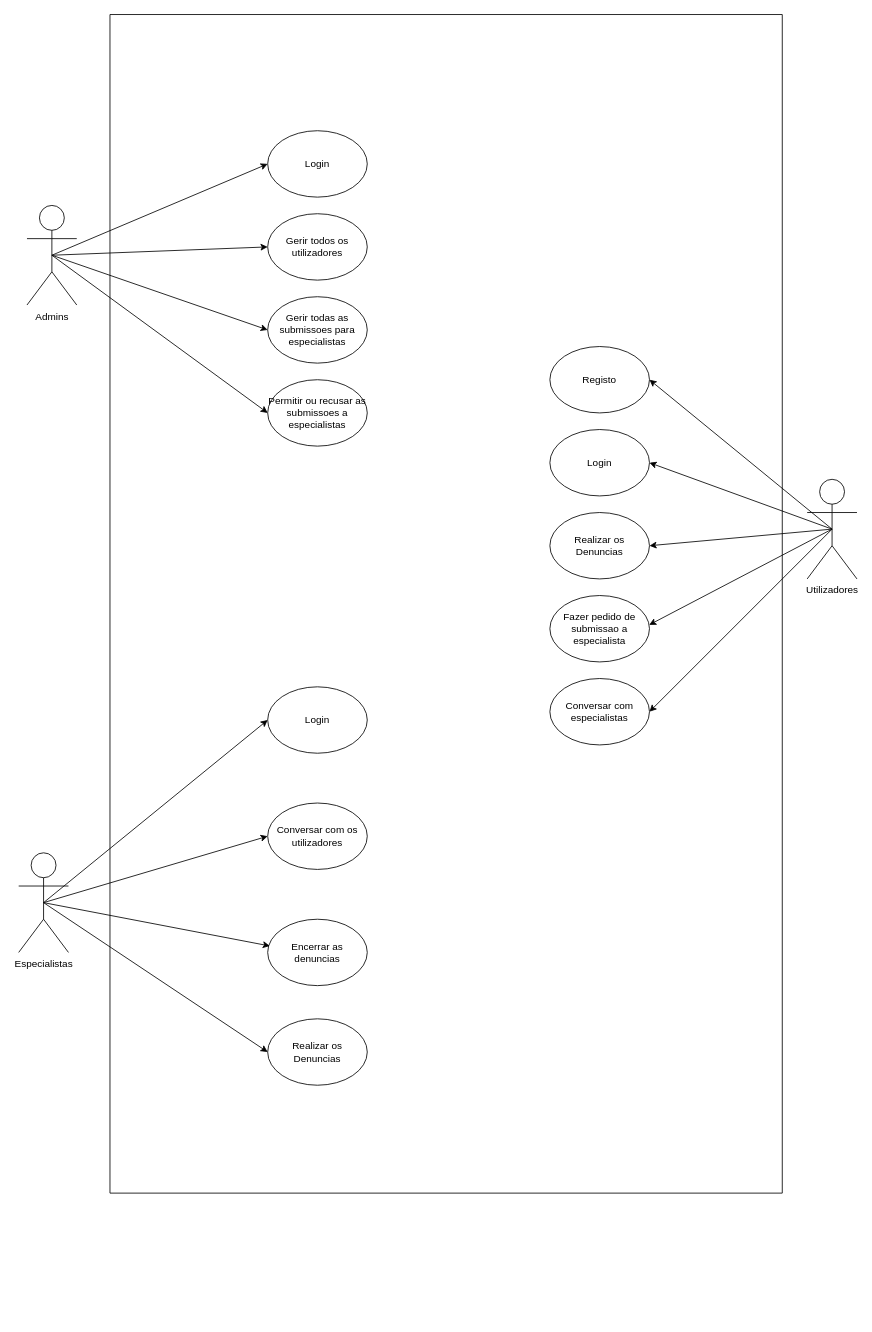
Above: page "Casos de Uso" (1 of 2) of Drawio/Casos_de_Uso.drawio in henriqueolivgp/Plataforma-De-Denuncias-De-Ciberataques (draw.io), before the change. Source tidied: cells renumbered, new cells numbered last; positions are measured from the earlier drawing's top-left corner, leaving out a move shared by most shapes. Both pictures are drawn from the tidied source at 83%, with x=0, y=0 at pixel (18, 14).
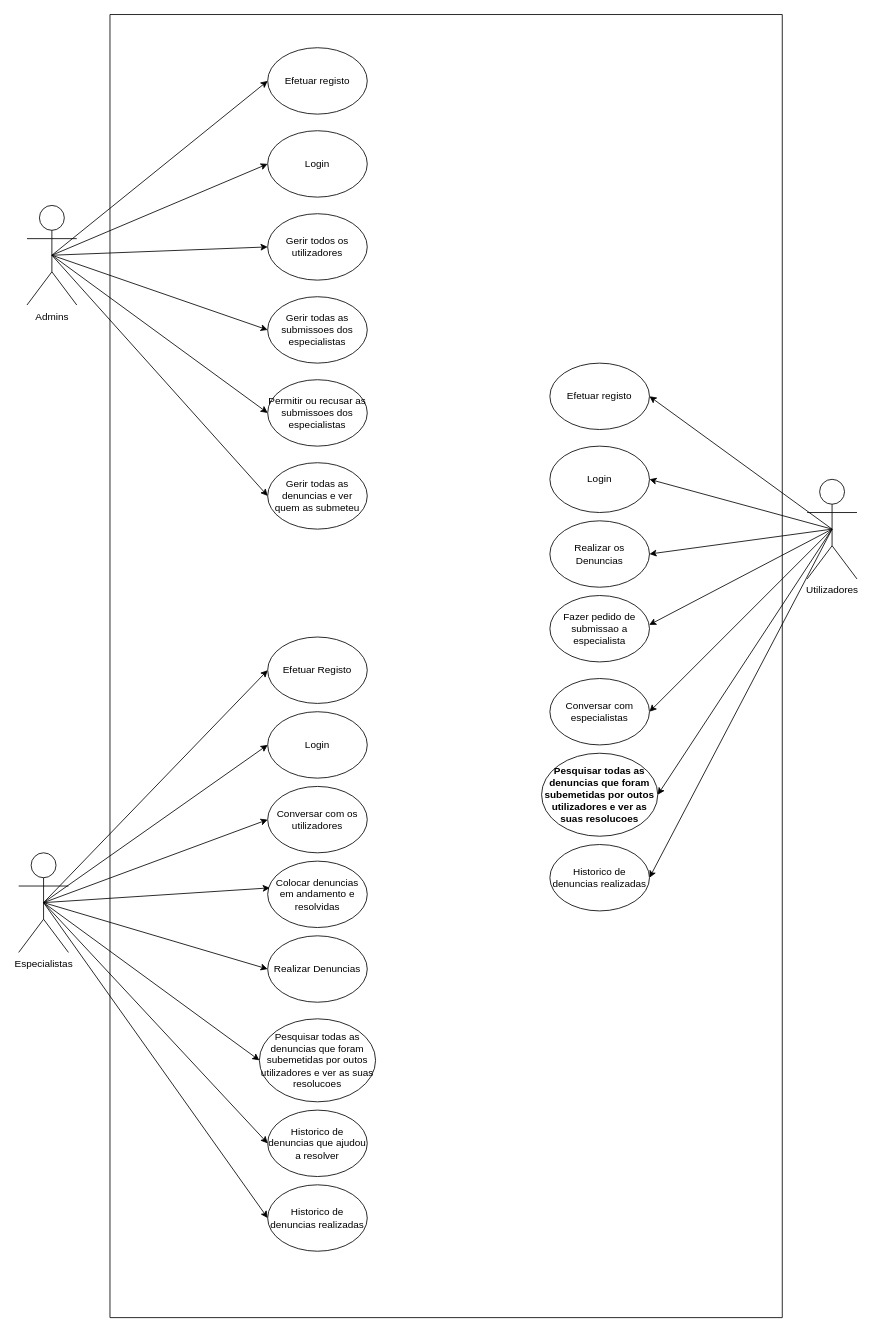
The same diagram, later.

The change refers to these unchanged cells:
```xml
<mxCell id="16" value="Admins" style="shape=umlActor;verticalLabelPosition=bottom;verticalAlign=top;html=1;outlineConnect=0;" parent="1" vertex="1">
  <mxGeometry x="10" y="230" width="60" height="120" as="geometry" />
</mxCell>
<mxCell id="17" value="Utilizadores" style="shape=umlActor;verticalLabelPosition=bottom;verticalAlign=top;html=1;outlineConnect=0;" parent="1" vertex="1">
  <mxGeometry x="950" y="560" width="60" height="120" as="geometry" />
</mxCell>
<mxCell id="18" value="Especialistas" style="shape=umlActor;verticalLabelPosition=bottom;verticalAlign=top;html=1;outlineConnect=0;" parent="1" vertex="1">
  <mxGeometry y="1010" width="60" height="120" as="geometry" />
</mxCell>
```

Change to the diagram source:
```diff
@@
     <mxCell id="2" style="swimlane;startSize=0;" parent="1" vertex="1">
-      <mxGeometry x="110" width="810" height="1420" as="geometry" />
+      <mxGeometry x="110" width="810" height="1570" as="geometry" />
     </mxCell>
@@
-    <mxCell id="5" value="Gerir todas as submissoes para especialistas" style="ellipse;whiteSpace=wrap;html=1;" parent="2" vertex="1">
+    <mxCell id="5" value="Gerir todas as submissoes dos especialistas" style="ellipse;whiteSpace=wrap;html=1;" parent="2" vertex="1">
       <mxGeometry x="190" y="340" width="120" height="80" as="geometry" />
     </mxCell>
-    <mxCell id="6" value="Permitir ou recusar as submissoes a especialistas" style="ellipse;whiteSpace=wrap;html=1;" parent="2" vertex="1">
+    <mxCell id="6" value="Permitir ou recusar as submissoes dos especialistas" style="ellipse;whiteSpace=wrap;html=1;" parent="2" vertex="1">
       <mxGeometry x="190" y="440" width="120" height="80" as="geometry" />
     </mxCell>
-    <mxCell id="7" value="Registo" style="ellipse;whiteSpace=wrap;html=1;" parent="2" vertex="1">
-      <mxGeometry x="530" y="400" width="120" height="80" as="geometry" />
+    <mxCell id="7" value="Efetuar registo" style="ellipse;whiteSpace=wrap;html=1;" parent="2" vertex="1">
+      <mxGeometry x="530" y="420" width="120" height="80" as="geometry" />
     </mxCell>
     <mxCell id="8" value="Login" style="ellipse;whiteSpace=wrap;html=1;" parent="2" vertex="1">
-      <mxGeometry x="530" y="500" width="120" height="80" as="geometry" />
+      <mxGeometry x="530" y="520" width="120" height="80" as="geometry" />
     </mxCell>
-    <mxCell id="9" value="Realizar os Denuncias" style="ellipse;whiteSpace=wrap;html=1;" parent="2" vertex="1">
-      <mxGeometry x="530" y="600" width="120" height="80" as="geometry" />
-    </mxCell>
@@
     <mxCell id="12" value="Login" style="ellipse;whiteSpace=wrap;html=1;" parent="2" vertex="1">
-      <mxGeometry x="190" y="810" width="120" height="80" as="geometry" />
+      <mxGeometry x="190" y="840" width="120" height="80" as="geometry" />
     </mxCell>
     <mxCell id="13" value="Conversar com os utilizadores" style="ellipse;whiteSpace=wrap;html=1;" parent="2" vertex="1">
-      <mxGeometry x="190" y="950" width="120" height="80" as="geometry" />
+      <mxGeometry x="190" y="930" width="120" height="80" as="geometry" />
     </mxCell>
-    <mxCell id="14" value="Encerrar as denuncias" style="ellipse;whiteSpace=wrap;html=1;" parent="2" vertex="1">
-      <mxGeometry x="190" y="1090" width="120" height="80" as="geometry" />
+    <mxCell id="14" value="Colocar denuncias em andamento e resolvidas" style="ellipse;whiteSpace=wrap;html=1;" parent="2" vertex="1">
+      <mxGeometry x="190" y="1020" width="120" height="80" as="geometry" />
     </mxCell>
-    <mxCell id="15" value="Realizar os Denuncias" style="ellipse;whiteSpace=wrap;html=1;" parent="2" vertex="1">
-      <mxGeometry x="190" y="1210" width="120" height="80" as="geometry" />
+    <mxCell id="15" value="Realizar Denuncias" style="ellipse;whiteSpace=wrap;html=1;" parent="2" vertex="1">
+      <mxGeometry x="190" y="1110" width="120" height="80" as="geometry" />
     </mxCell>
+    <mxCell id="32" value="Efetuar registo" style="ellipse;whiteSpace=wrap;html=1;" parent="2" vertex="1">
+      <mxGeometry x="190" y="40" width="120" height="80" as="geometry" />
+    </mxCell>
+    <mxCell id="33" value="Gerir todas as denuncias e ver quem as submeteu" style="ellipse;whiteSpace=wrap;html=1;" parent="2" vertex="1">
+      <mxGeometry x="190" y="540" width="120" height="80" as="geometry" />
+    </mxCell>
+    <mxCell id="34" value="Pesquisar todas as denuncias que foram subemetidas por outos utilizadores e ver as suas resolucoes" style="ellipse;whiteSpace=wrap;html=1;fontStyle=1;" parent="2" vertex="1">
+      <mxGeometry x="520" y="890" width="140" height="100" as="geometry" />
+    </mxCell>
+    <mxCell id="9" value="Realizar os Denuncias" style="ellipse;whiteSpace=wrap;html=1;" parent="2" vertex="1">
+      <mxGeometry x="530" y="610" width="120" height="80" as="geometry" />
+    </mxCell>
+    <mxCell id="35" value="Efetuar Registo" style="ellipse;whiteSpace=wrap;html=1;" parent="2" vertex="1">
+      <mxGeometry x="190" y="750" width="120" height="80" as="geometry" />
+    </mxCell>
+    <mxCell id="36" value="Pesquisar todas as denuncias que foram subemetidas por outos utilizadores e ver as suas resolucoes" style="ellipse;whiteSpace=wrap;html=1;" parent="2" vertex="1">
+      <mxGeometry x="180" y="1210" width="140" height="100" as="geometry" />
+    </mxCell>
+    <mxCell id="37" value="Historico de denuncias que ajudou a resolver" style="ellipse;whiteSpace=wrap;html=1;" parent="2" vertex="1">
+      <mxGeometry x="190" y="1320" width="120" height="80" as="geometry" />
+    </mxCell>
+    <mxCell id="38" value="Historico de denuncias realizadas" style="ellipse;whiteSpace=wrap;html=1;" parent="2" vertex="1">
+      <mxGeometry x="530" y="1000" width="120" height="80" as="geometry" />
+    </mxCell>
@@
-    <mxCell id="26" style="endArrow=classic;html=1;rounded=0;entryX=1;entryY=0.5;entryDx=0;entryDy=0;exitX=0.5;exitY=0.5;exitDx=0;exitDy=0;exitPerimeter=0;" parent="1" edge="1" source="17" target="9">
-      <mxGeometry relative="1" as="geometry" />
-    </mxCell>
@@
+    <mxCell id="39" style="endArrow=classic;html=1;rounded=0;exitX=0.5;exitY=0.5;exitDx=0;exitDy=0;exitPerimeter=0;entryX=0;entryY=0.5;entryDx=0;entryDy=0;" parent="1" edge="1" source="16" target="32">
+      <mxGeometry relative="1" as="geometry" />
+    </mxCell>
+    <mxCell id="40" style="endArrow=classic;html=1;rounded=0;exitX=0.5;exitY=0.5;exitDx=0;exitDy=0;exitPerimeter=0;entryX=0;entryY=0.5;entryDx=0;entryDy=0;" parent="1" edge="1" source="16" target="33">
+      <mxGeometry relative="1" as="geometry" />
+    </mxCell>
+    <mxCell id="41" style="endArrow=classic;html=1;rounded=0;entryX=1;entryY=0.5;entryDx=0;entryDy=0;exitX=0.5;exitY=0.5;exitDx=0;exitDy=0;exitPerimeter=0;" parent="1" edge="1" source="17" target="34">
+      <mxGeometry relative="1" as="geometry" />
+    </mxCell>
+    <mxCell id="26" style="endArrow=classic;html=1;rounded=0;entryX=1;entryY=0.5;entryDx=0;entryDy=0;exitX=0.5;exitY=0.5;exitDx=0;exitDy=0;exitPerimeter=0;" parent="1" edge="1" source="17" target="9">
+      <mxGeometry relative="1" as="geometry" />
+    </mxCell>
+    <mxCell id="42" style="endArrow=classic;html=1;rounded=0;exitX=0.5;exitY=0.5;exitDx=0;exitDy=0;exitPerimeter=0;entryX=0;entryY=0.5;entryDx=0;entryDy=0;" parent="1" edge="1" source="18" target="35">
+      <mxGeometry relative="1" as="geometry" />
+    </mxCell>
+    <mxCell id="43" value="Historico de denuncias realizadas" style="ellipse;whiteSpace=wrap;html=1;" parent="1" vertex="1">
+      <mxGeometry x="300" y="1410" width="120" height="80" as="geometry" />
+    </mxCell>
+    <mxCell id="44" style="endArrow=classic;html=1;rounded=0;entryX=0;entryY=0.5;entryDx=0;entryDy=0;exitX=0.5;exitY=0.5;exitDx=0;exitDy=0;exitPerimeter=0;" parent="1" edge="1" source="18" target="36">
+      <mxGeometry relative="1" as="geometry" />
+    </mxCell>
+    <mxCell id="45" style="endArrow=classic;html=1;rounded=0;entryX=0;entryY=0.5;entryDx=0;entryDy=0;exitX=0.5;exitY=0.5;exitDx=0;exitDy=0;exitPerimeter=0;" parent="1" edge="1" source="18" target="37">
+      <mxGeometry relative="1" as="geometry" />
+    </mxCell>
+    <mxCell id="46" style="endArrow=classic;html=1;rounded=0;entryX=0;entryY=0.5;entryDx=0;entryDy=0;exitX=0.5;exitY=0.5;exitDx=0;exitDy=0;exitPerimeter=0;" parent="1" edge="1" source="18" target="43">
+      <mxGeometry relative="1" as="geometry" />
+    </mxCell>
+    <mxCell id="47" style="endArrow=classic;html=1;rounded=0;entryX=1;entryY=0.5;entryDx=0;entryDy=0;exitX=0.5;exitY=0.5;exitDx=0;exitDy=0;exitPerimeter=0;" parent="1" edge="1" source="17" target="38">
+      <mxGeometry relative="1" as="geometry" />
+    </mxCell>
```
